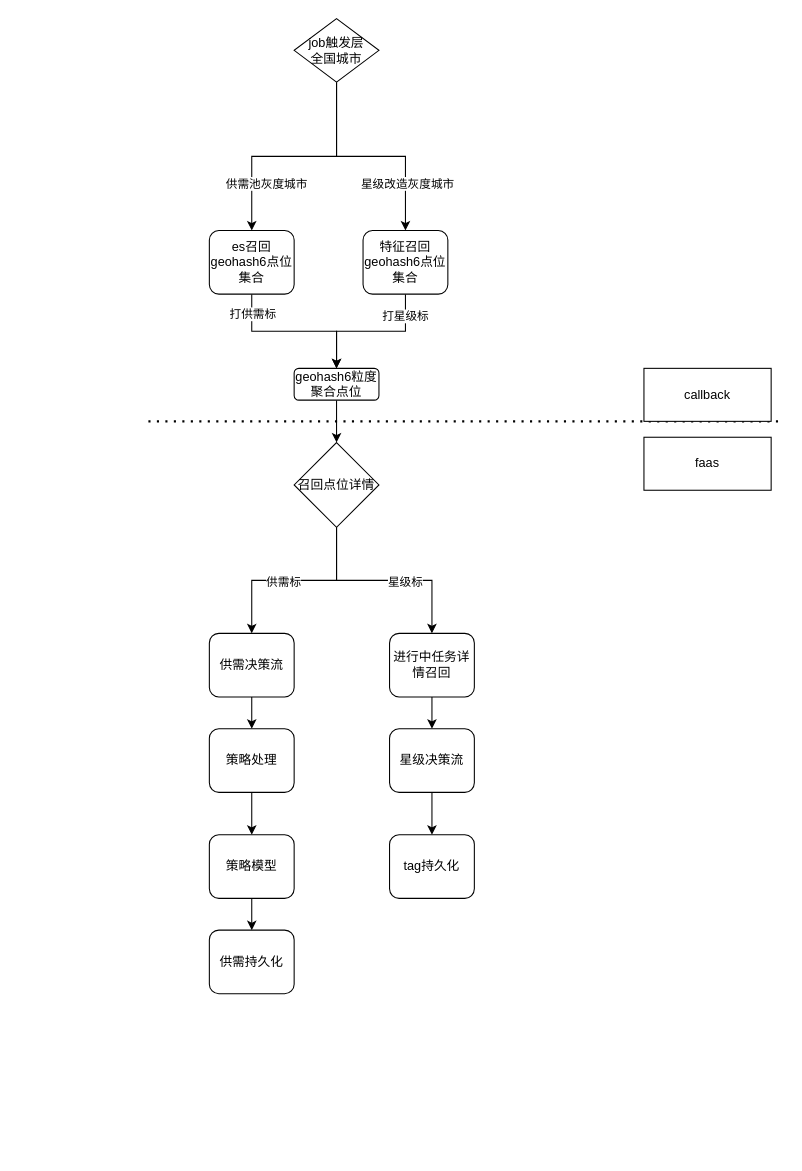
This is 星级改造生成侧链路.drawio from jackie-coming/draw, a draw.io file, before an edit. Source tidied: cells renumbered, new cells numbered last; positions are measured from the earlier drawing's top-left corner, leaving out a move shared by most shapes. Both pictures are drawn from the tidied source at 106%, with x=0, y=0 at pixel (147, 18).
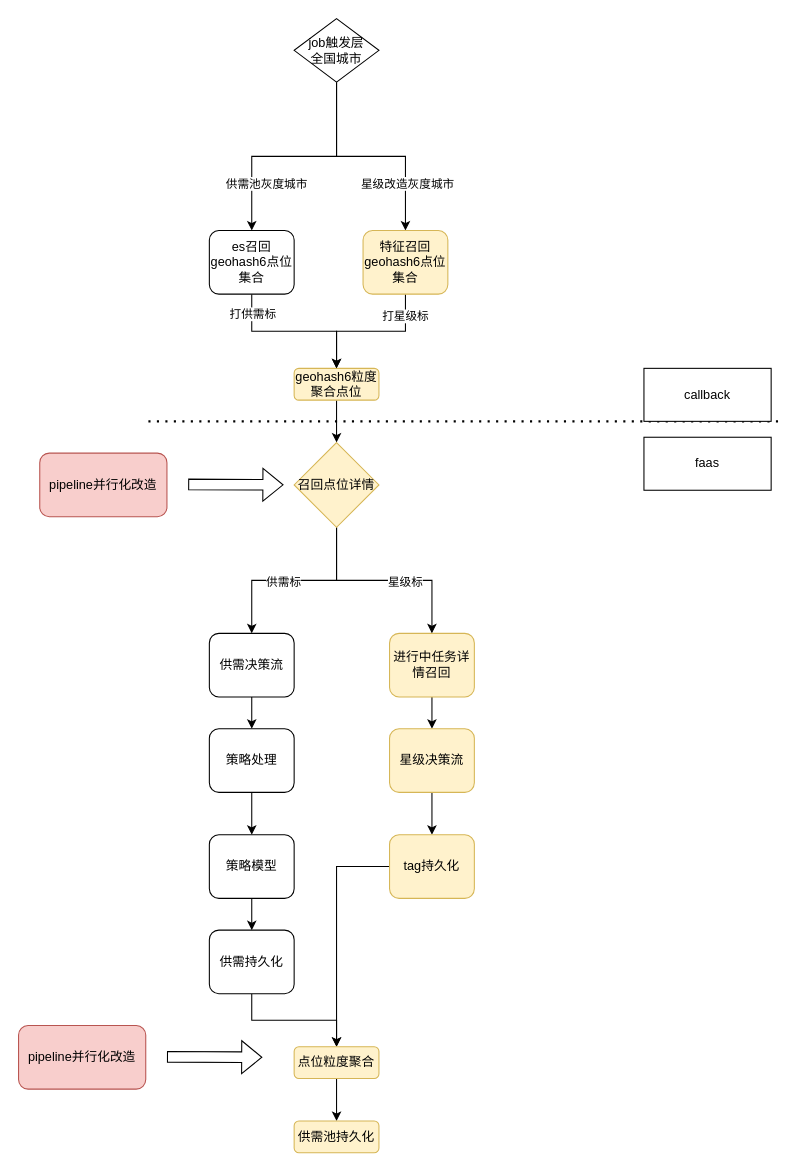
The same page after the edit.

Commit message:
Update 星级改造生成侧链路.drawio

Unchanged cells that the change refers to:
```xml
<mxCell id="34" value="供需持久化" style="rounded=1;whiteSpace=wrap;html=1;" parent="1" vertex="1">
  <mxGeometry x="58" y="860" width="80" height="60" as="geometry" />
</mxCell>
```

Diff of the diagram source:
```diff
@@
-    <mxCell id="3" value="geohash6粒度&lt;div&gt;聚合点位&lt;/div&gt;" style="rounded=1;whiteSpace=wrap;html=1;" parent="1" vertex="1">
+    <mxCell id="3" value="geohash6粒度&lt;div&gt;聚合点位&lt;/div&gt;" style="rounded=1;whiteSpace=wrap;html=1;fillColor=#fff2cc;strokeColor=#d6b656;" parent="1" vertex="1">
       <mxGeometry x="138" y="330" width="80" height="30" as="geometry" />
     </mxCell>
@@
-    <mxCell id="14" value="特征召回geohash6点位集合" style="rounded=1;whiteSpace=wrap;html=1;" parent="1" vertex="1">
+    <mxCell id="14" value="特征召回geohash6点位集合" style="rounded=1;whiteSpace=wrap;html=1;fillColor=#fff2cc;strokeColor=#d6b656;" parent="1" vertex="1">
       <mxGeometry x="203" y="200" width="80" height="60" as="geometry" />
     </mxCell>
@@
-    <mxCell id="18" value="进行中任务详情召回" style="rounded=1;whiteSpace=wrap;html=1;" parent="1" vertex="1">
+    <mxCell id="18" value="进行中任务详情召回" style="rounded=1;whiteSpace=wrap;html=1;fillColor=#fff2cc;strokeColor=#d6b656;" parent="1" vertex="1">
       <mxGeometry x="228" y="580" width="80" height="60" as="geometry" />
     </mxCell>
@@
-    <mxCell id="23" value="召回点位详情" style="rhombus;whiteSpace=wrap;html=1;" parent="1" vertex="1">
+    <mxCell id="23" value="召回点位详情" style="rhombus;whiteSpace=wrap;html=1;fillColor=#fff2cc;strokeColor=#d6b656;" parent="1" vertex="1">
       <mxGeometry x="138" y="400" width="80" height="80" as="geometry" />
     </mxCell>
@@
-    <mxCell id="32" value="星级决策流" style="rounded=1;whiteSpace=wrap;html=1;" parent="1" vertex="1">
+    <mxCell id="32" value="星级决策流" style="rounded=1;whiteSpace=wrap;html=1;fillColor=#fff2cc;strokeColor=#d6b656;" parent="1" vertex="1">
       <mxGeometry x="228" y="670" width="80" height="60" as="geometry" />
     </mxCell>
+    <mxCell id="35" style="edgeStyle=orthogonalEdgeStyle;rounded=0;jettySize=auto;html=1;entryX=0.5;entryY=0;entryDx=0;entryDy=0;" parent="1" edge="1" source="33" target="40">
+      <mxGeometry relative="1" as="geometry" />
+    </mxCell>
-    <mxCell id="33" value="tag持久化" style="rounded=1;whiteSpace=wrap;html=1;" parent="1" vertex="1">
+    <mxCell id="33" value="tag持久化" style="rounded=1;whiteSpace=wrap;html=1;fillColor=#fff2cc;strokeColor=#d6b656;" parent="1" vertex="1">
       <mxGeometry x="228" y="770" width="80" height="60" as="geometry" />
     </mxCell>
+    <mxCell id="36" style="edgeStyle=orthogonalEdgeStyle;rounded=0;jettySize=auto;html=1;entryX=0.5;entryY=0;entryDx=0;entryDy=0;" parent="1" edge="1" source="34" target="40">
+      <mxGeometry relative="1" as="geometry" />
+    </mxCell>
@@
+    <mxCell id="37" style="shape=flexArrow;endArrow=classic;html=1;rounded=0;entryX=0;entryY=0.5;entryDx=0;entryDy=0;" parent="1" edge="1">
+      <mxGeometry relative="1" as="geometry">
+        <mxPoint x="38" y="439.5" as="sourcePoint" />
+        <mxPoint x="128" y="439.9" as="targetPoint" />
+      </mxGeometry>
+    </mxCell>
+    <mxCell id="38" value="pipeline并行化改造" style="rounded=1;whiteSpace=wrap;html=1;fillColor=#f8cecc;strokeColor=#b85450;" parent="1" vertex="1">
+      <mxGeometry x="-102" y="410" width="120" height="60" as="geometry" />
+    </mxCell>
+    <mxCell id="39" style="edgeStyle=orthogonalEdgeStyle;rounded=0;jettySize=auto;html=1;entryX=0.5;entryY=0;entryDx=0;entryDy=0;" parent="1" edge="1" source="40" target="41">
+      <mxGeometry relative="1" as="geometry" />
+    </mxCell>
+    <mxCell id="40" value="点位粒度聚合" style="rounded=1;whiteSpace=wrap;html=1;fillColor=#fff2cc;strokeColor=#d6b656;" parent="1" vertex="1">
+      <mxGeometry x="138" y="970" width="80" height="30" as="geometry" />
+    </mxCell>
+    <mxCell id="41" value="供需池持久化" style="rounded=1;whiteSpace=wrap;html=1;fillColor=#fff2cc;strokeColor=#d6b656;" parent="1" vertex="1">
+      <mxGeometry x="138" y="1040" width="80" height="30" as="geometry" />
+    </mxCell>
+    <mxCell id="42" style="shape=flexArrow;endArrow=classic;html=1;rounded=0;entryX=0;entryY=0.5;entryDx=0;entryDy=0;" parent="1" edge="1">
+      <mxGeometry relative="1" as="geometry">
+        <mxPoint x="18" y="979.5" as="sourcePoint" />
+        <mxPoint x="108" y="979.9" as="targetPoint" />
+      </mxGeometry>
+    </mxCell>
+    <mxCell id="43" value="pipeline并行化改造" style="rounded=1;whiteSpace=wrap;html=1;fillColor=#f8cecc;strokeColor=#b85450;" parent="1" vertex="1">
+      <mxGeometry x="-122" y="950" width="120" height="60" as="geometry" />
+    </mxCell>
```
